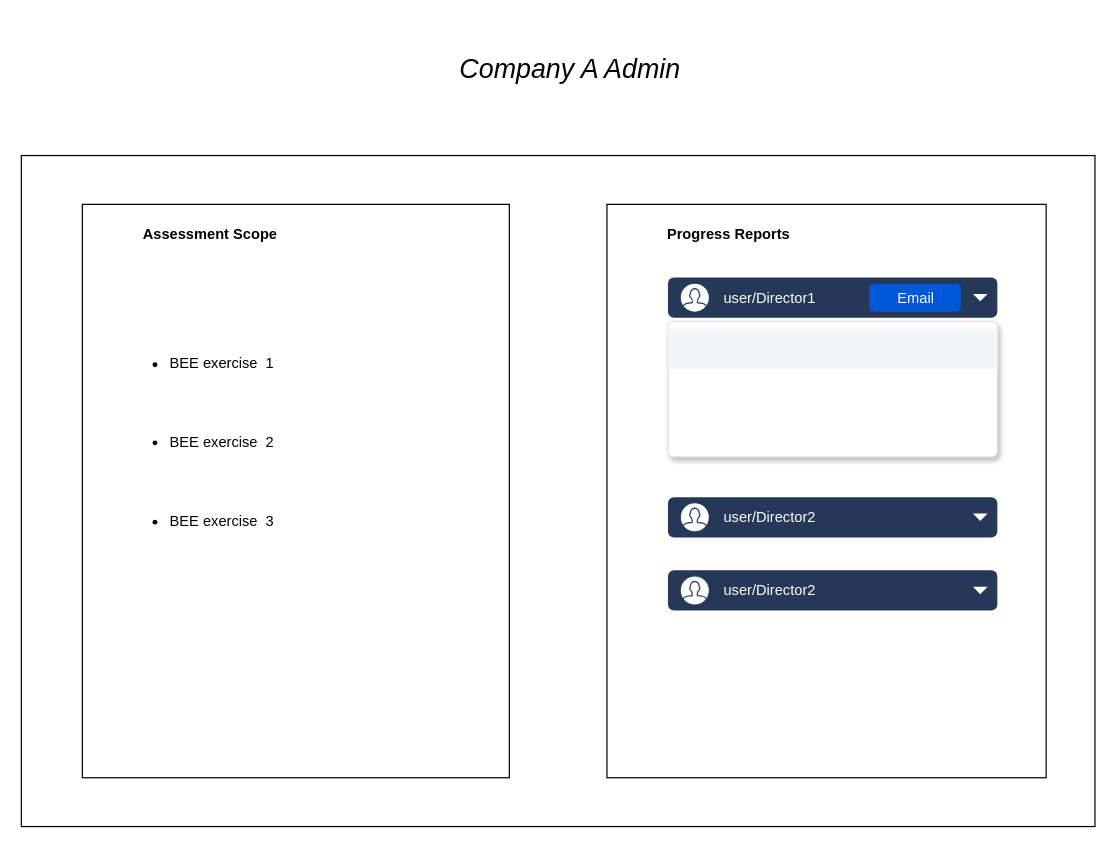
The draw.io diagram WireFrame.drawio in TahaKPMGBlockchain/carbon, before the edit. Source tidied: cells renumbered, new cells numbered last; positions are measured from the earlier drawing's top-left corner, leaving out a move shared by most shapes. Both pictures are drawn from the tidied source at 122%, with x=0, y=0 at pixel (21, 21).
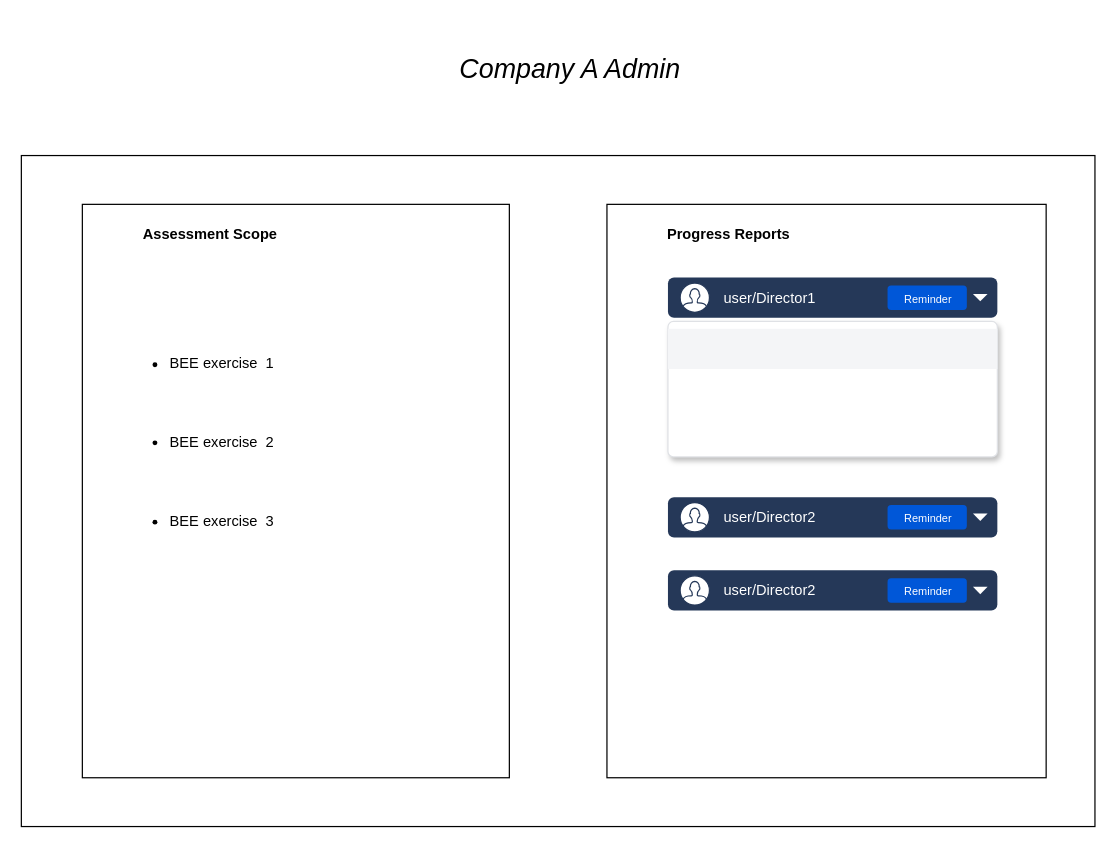
The same page after the edit.

The change refers to these unchanged cells:
```xml
<mxCell id="9" style="rounded=1;fillColor=#253858;strokeColor=none;html=1;fontSize=12;" parent="1" vertex="1">
  <mxGeometry x="530" y="210" width="270" height="33" as="geometry" />
</mxCell>
<mxCell id="15" style="rounded=1;fillColor=#253858;strokeColor=none;html=1;fontSize=12;" parent="1" vertex="1">
  <mxGeometry x="530" y="390" width="270" height="33" as="geometry" />
</mxCell>
<mxCell id="18" style="rounded=1;fillColor=#253858;strokeColor=none;html=1;fontSize=12;" parent="1" vertex="1">
  <mxGeometry x="530" y="450" width="270" height="33" as="geometry" />
</mxCell>
```

What changed in the source:
```diff
@@
-    <mxCell id="12" value="Email" style="rounded=1;fillColor=#0057D8;align=center;strokeColor=none;html=1;fontColor=#ffffff;fontSize=12;sketch=0;" parent="9" vertex="1">
-      <mxGeometry x="165" y="5" width="75" height="23" as="geometry" />
+    <mxCell id="12" value="&lt;font style=&quot;font-size: 9px;&quot;&gt;Reminder&lt;/font&gt;" style="rounded=1;fillColor=#0057D8;align=center;strokeColor=none;html=1;fontColor=#ffffff;fontSize=12;sketch=0;" parent="9" vertex="1">
+      <mxGeometry x="180" y="6.5" width="65" height="20" as="geometry" />
     </mxCell>
@@
+    <mxCell id="21" value="&lt;font style=&quot;font-size: 9px;&quot;&gt;Reminder&lt;/font&gt;" style="rounded=1;fillColor=#0057D8;align=center;strokeColor=none;html=1;fontColor=#ffffff;fontSize=12;sketch=0;" parent="15" vertex="1">
+      <mxGeometry x="180" y="6.5" width="65" height="20" as="geometry" />
+    </mxCell>
@@
+    <mxCell id="22" value="&lt;font style=&quot;font-size: 9px;&quot;&gt;Reminder&lt;/font&gt;" style="rounded=1;fillColor=#0057D8;align=center;strokeColor=none;html=1;fontColor=#ffffff;fontSize=12;sketch=0;" parent="18" vertex="1">
+      <mxGeometry x="180" y="6.5" width="65" height="20" as="geometry" />
+    </mxCell>
```
